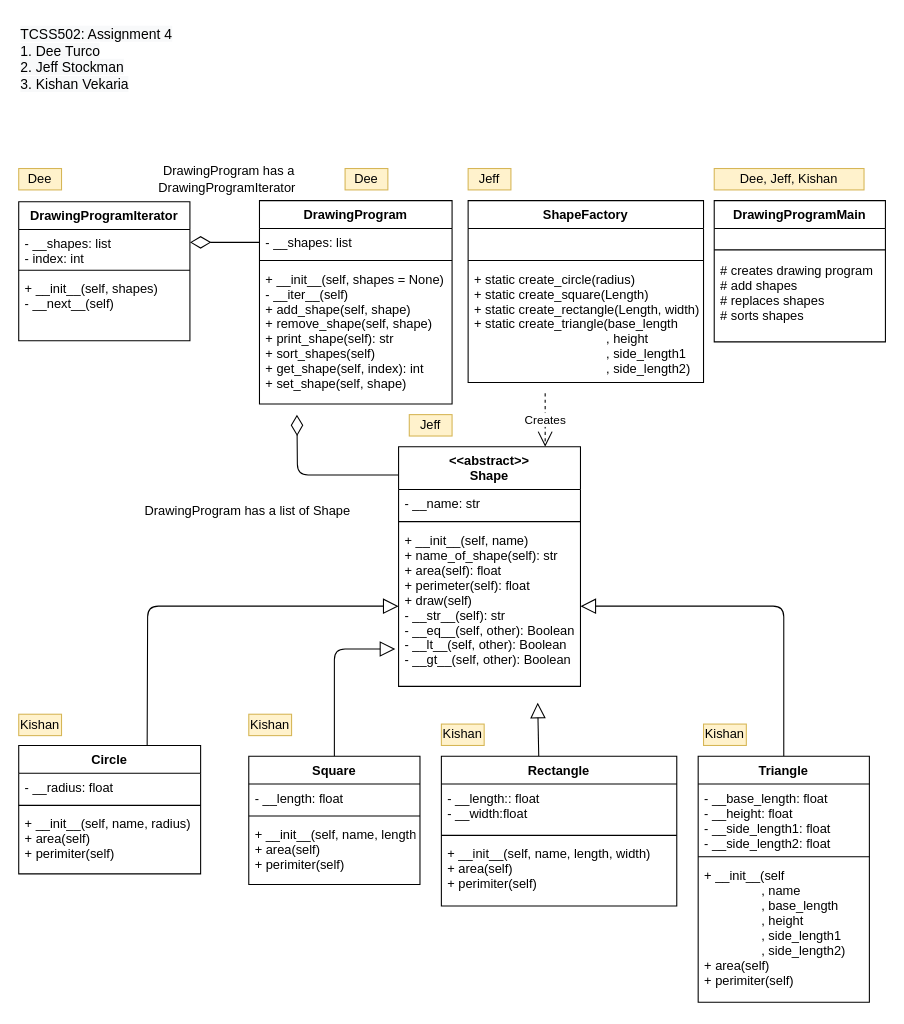
jstocks/shapefactory keeps this draw.io diagram as HW4_Dee.drawio. Above is the earlier version. Source tidied: cells renumbered, new cells numbered last; positions are measured from the earlier drawing's top-left corner, leaving out a move shared by most shapes. Both pictures are drawn from the tidied source at 107%, with x=0, y=0 at pixel (18, 18).
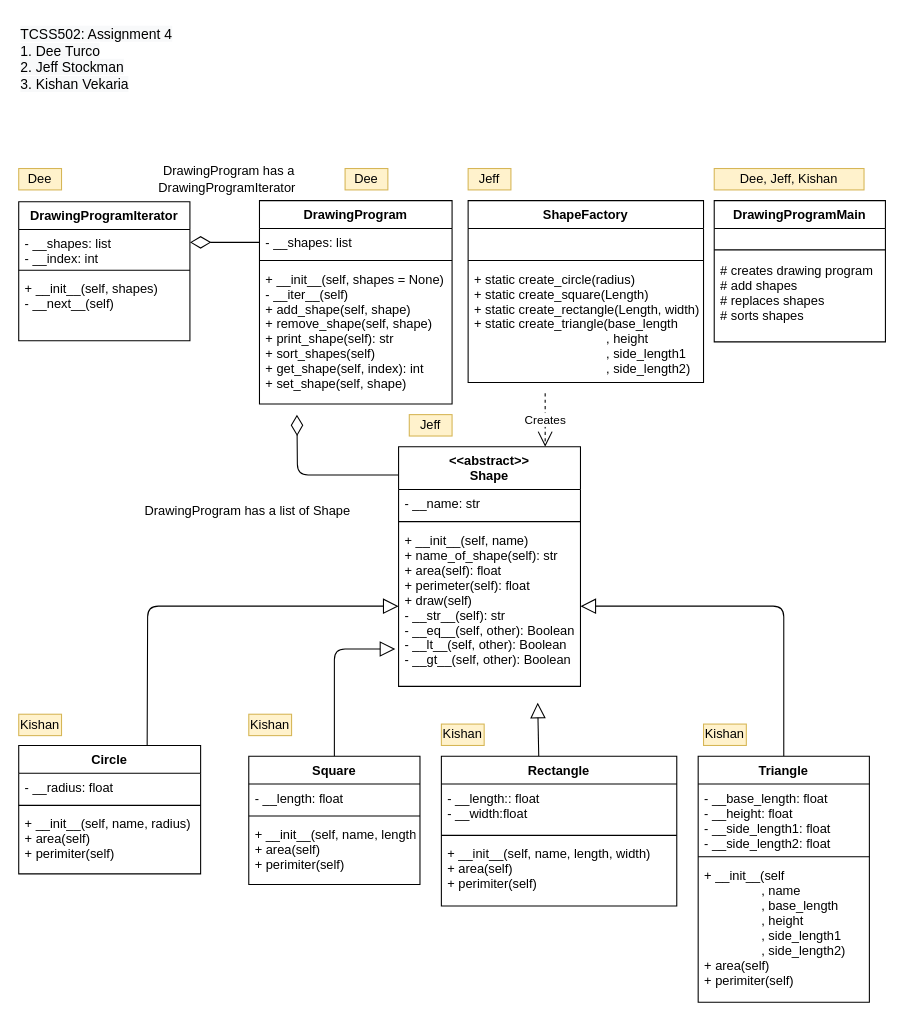
The same page after the edit.

Commit message:
Dee updated UML file

Unchanged cells that the change refers to:
```xml
<mxCell id="10" value="DrawingProgramIterator" style="swimlane;fontStyle=1;align=center;verticalAlign=top;horizontal=1;startSize=26;" parent="1" vertex="1">
  <mxGeometry y="171" width="160" height="130" as="geometry" />
</mxCell>
```

Diff of the diagram source:
```diff
@@
-    <mxCell id="11" value="- __shapes: list&#10;- index: int" style="text;strokeColor=none;fillColor=none;align=left;verticalAlign=top;spacingLeft=4;spacingRight=4;overflow=hidden;" parent="10" vertex="1">
+    <mxCell id="11" value="- __shapes: list&#10;- __index: int" style="text;strokeColor=none;fillColor=none;align=left;verticalAlign=top;spacingLeft=4;spacingRight=4;overflow=hidden;" parent="10" vertex="1">
       <mxGeometry y="26" width="160" height="34" as="geometry" />
     </mxCell>
```
